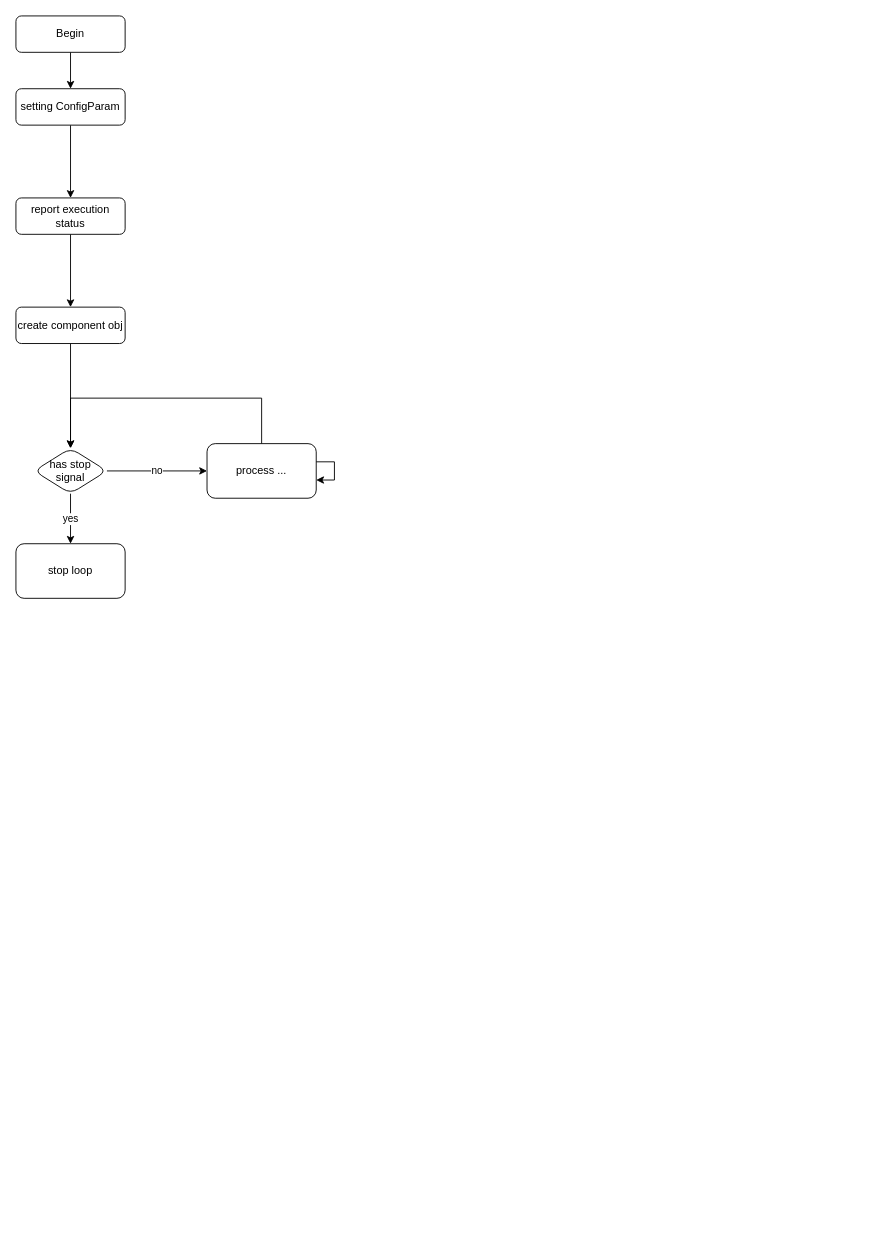
The draw.io diagram component.drawio in edxuanlen/drawio, before the edit. Source tidied: cells renumbered, new cells numbered last; positions are measured from the earlier drawing's top-left corner, leaving out a move shared by most shapes. Both pictures are drawn from the tidied source at 91%, with x=0, y=0 at pixel (15, 15).
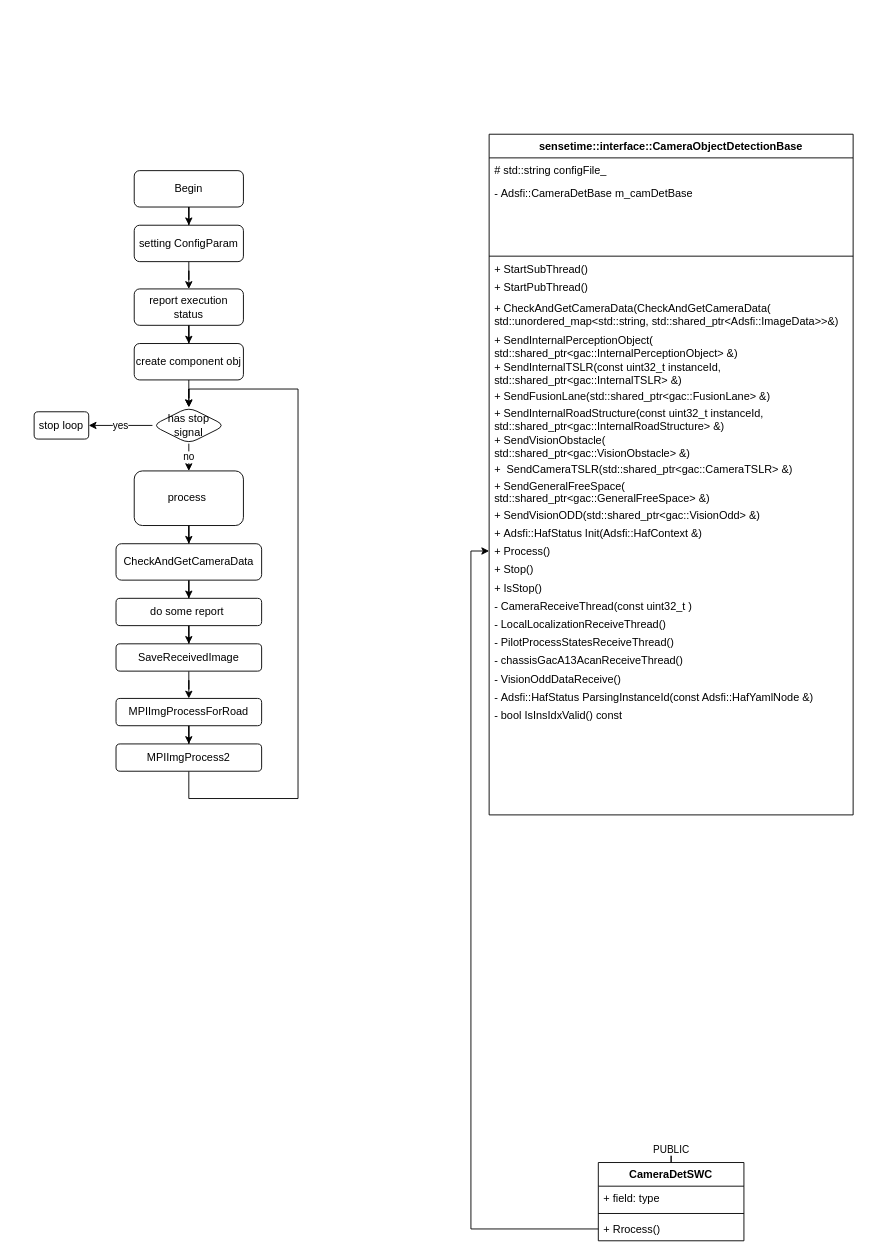
Above is the later version.

Change to the diagram source:
```diff
@@
     <mxCell id="3" value="Begin" style="rounded=1;whiteSpace=wrap;html=1;fontSize=12;glass=0;strokeWidth=1;shadow=0;" parent="1" vertex="1">
-      <mxGeometry width="120" height="40" as="geometry" />
+      <mxGeometry x="130" y="170" width="120" height="40" as="geometry" />
     </mxCell>
@@
     <mxCell id="5" value="setting ConfigParam" style="rounded=1;whiteSpace=wrap;html=1;fontSize=12;glass=0;strokeWidth=1;shadow=0;" parent="1" vertex="1">
-      <mxGeometry y="80" width="120" height="40" as="geometry" />
+      <mxGeometry x="130" y="230" width="120" height="40" as="geometry" />
     </mxCell>
@@
     <mxCell id="7" value="report execution status" style="rounded=1;whiteSpace=wrap;html=1;fontSize=12;glass=0;strokeWidth=1;shadow=0;" parent="1" vertex="1">
-      <mxGeometry y="200" width="120" height="40" as="geometry" />
+      <mxGeometry x="130" y="300" width="120" height="40" as="geometry" />
     </mxCell>
@@
     <mxCell id="9" value="create component obj" style="rounded=1;whiteSpace=wrap;html=1;fontSize=12;glass=0;strokeWidth=1;shadow=0;" parent="1" vertex="1">
-      <mxGeometry y="320" width="120" height="40" as="geometry" />
+      <mxGeometry x="130" y="360" width="120" height="40" as="geometry" />
     </mxCell>
@@
     <mxCell id="12" value="has stop signal" style="rhombus;whiteSpace=wrap;html=1;rounded=1;glass=0;strokeWidth=1;shadow=0;" parent="1" vertex="1">
-      <mxGeometry x="20" y="475" width="80" height="50" as="geometry" />
+      <mxGeometry x="150" y="430" width="80" height="40" as="geometry" />
     </mxCell>
     <mxCell id="13" value="stop loop" style="whiteSpace=wrap;html=1;rounded=1;glass=0;strokeWidth=1;shadow=0;" parent="1" vertex="1">
-      <mxGeometry y="580" width="120" height="60" as="geometry" />
+      <mxGeometry x="20" y="435" width="60" height="30" as="geometry" />
     </mxCell>
-    <mxCell id="14" style="edgeStyle=orthogonalEdgeStyle;rounded=0;jettySize=auto;html=1;entryX=0.5;entryY=0;entryDx=0;entryDy=0;" parent="1" edge="1" source="15" target="12">
-      <mxGeometry relative="1" as="geometry">
-        <Array as="points">
-          <mxPoint x="270" y="420" />
-          <mxPoint x="60" y="420" />
-        </Array>
-      </mxGeometry>
-    </mxCell>
+    <mxCell id="17" style="edgeStyle=orthogonalEdgeStyle;rounded=0;jettySize=auto;html=1;" parent="1" edge="1" source="15" target="19">
+      <mxGeometry relative="1" as="geometry" />
+    </mxCell>
-    <mxCell id="15" value="process ..." style="whiteSpace=wrap;html=1;rounded=1;glass=0;strokeWidth=1;shadow=0;" parent="1" vertex="1">
-      <mxGeometry x="210" y="470" width="120" height="60" as="geometry" />
+    <mxCell id="15" value="process&amp;nbsp;" style="whiteSpace=wrap;html=1;rounded=1;glass=0;strokeWidth=1;shadow=0;" parent="1" vertex="1">
+      <mxGeometry x="130" y="500" width="120" height="60" as="geometry" />
     </mxCell>
-    <mxCell id="16" style="edgeStyle=orthogonalEdgeStyle;rounded=0;orthogonalLoop=1;jettySize=auto;html=1;" parent="1" edge="1" source="15" target="15">
-      <mxGeometry relative="1" as="geometry" />
-    </mxCell>
+    <mxCell id="18" style="edgeStyle=orthogonalEdgeStyle;rounded=0;jettySize=auto;html=1;" parent="1" edge="1" source="19" target="21">
+      <mxGeometry relative="1" as="geometry" />
+    </mxCell>
+    <mxCell id="19" value="CheckAndGetCameraData" style="whiteSpace=wrap;html=1;rounded=1;glass=0;strokeWidth=1;shadow=0;" parent="1" vertex="1">
+      <mxGeometry x="110" y="580" width="160" height="40" as="geometry" />
+    </mxCell>
+    <mxCell id="20" style="edgeStyle=orthogonalEdgeStyle;rounded=0;jettySize=auto;html=1;" parent="1" edge="1" source="21" target="23">
+      <mxGeometry relative="1" as="geometry" />
+    </mxCell>
+    <mxCell id="21" value="do some report&amp;nbsp;" style="whiteSpace=wrap;html=1;rounded=1;glass=0;strokeWidth=1;shadow=0;" parent="1" vertex="1">
+      <mxGeometry x="110" y="640" width="160" height="30" as="geometry" />
+    </mxCell>
+    <mxCell id="22" style="edgeStyle=orthogonalEdgeStyle;rounded=0;jettySize=auto;html=1;" parent="1" edge="1" source="23" target="25">
+      <mxGeometry relative="1" as="geometry" />
+    </mxCell>
+    <mxCell id="23" value="SaveReceivedImage" style="whiteSpace=wrap;html=1;rounded=1;glass=0;strokeWidth=1;shadow=0;" parent="1" vertex="1">
+      <mxGeometry x="110" y="690" width="160" height="30" as="geometry" />
+    </mxCell>
+    <mxCell id="24" style="edgeStyle=orthogonalEdgeStyle;rounded=0;jettySize=auto;html=1;" parent="1" edge="1" source="25" target="27">
+      <mxGeometry relative="1" as="geometry" />
+    </mxCell>
+    <mxCell id="25" value="MPIImgProcessForRoad" style="whiteSpace=wrap;html=1;rounded=1;glass=0;strokeWidth=1;shadow=0;" parent="1" vertex="1">
+      <mxGeometry x="110" y="750" width="160" height="30" as="geometry" />
+    </mxCell>
+    <mxCell id="26" style="edgeStyle=orthogonalEdgeStyle;rounded=0;jettySize=auto;html=1;entryX=0.5;entryY=0;entryDx=0;entryDy=0;" parent="1" edge="1" source="27" target="12">
+      <mxGeometry relative="1" as="geometry">
+        <Array as="points">
+          <mxPoint x="190" y="860" />
+          <mxPoint x="310" y="860" />
+          <mxPoint x="310" y="410" />
+          <mxPoint x="190" y="410" />
+        </Array>
+      </mxGeometry>
+    </mxCell>
+    <mxCell id="27" value="MPIImgProcess2" style="whiteSpace=wrap;html=1;rounded=1;glass=0;strokeWidth=1;shadow=0;" parent="1" vertex="1">
+      <mxGeometry x="110" y="800" width="160" height="30" as="geometry" />
+    </mxCell>
+    <mxCell id="28" value="PUBLIC" style="edgeStyle=orthogonalEdgeStyle;rounded=0;jettySize=auto;html=1;" parent="1" edge="1" source="29">
+      <mxGeometry relative="1" as="geometry">
+        <mxPoint x="720" y="1274" as="targetPoint" />
+      </mxGeometry>
+    </mxCell>
+    <mxCell id="29" value="CameraDetSWC" style="swimlane;fontStyle=1;align=center;verticalAlign=top;horizontal=1;startSize=26;" parent="1" vertex="1">
+      <mxGeometry x="640" y="1260" width="160" height="86" as="geometry" />
+    </mxCell>
+    <mxCell id="30" value="+ field: type" style="text;strokeColor=none;fillColor=none;align=left;verticalAlign=top;spacingLeft=4;spacingRight=4;overflow=hidden;" parent="29" vertex="1">
+      <mxGeometry y="26" width="160" height="26" as="geometry" />
+    </mxCell>
+    <mxCell id="31" style="line;strokeWidth=1;fillColor=none;align=left;verticalAlign=middle;spacingTop=-1;spacingLeft=3;spacingRight=3;labelPosition=right;strokeColor=inherit;" parent="29" vertex="1">
+      <mxGeometry y="52" width="160" height="8" as="geometry" />
+    </mxCell>
+    <mxCell id="32" value="+ Rrocess()" style="text;strokeColor=none;fillColor=none;align=left;verticalAlign=top;spacingLeft=4;spacingRight=4;overflow=hidden;points=[[0,0.5],[1,0.5]];portConstraint=eastwest;" parent="29" vertex="1">
+      <mxGeometry y="60" width="160" height="26" as="geometry" />
+    </mxCell>
+    <mxCell id="33" value="sensetime::interface::CameraObjectDetectionBase" style="swimlane;fontStyle=1;align=center;verticalAlign=top;horizontal=1;startSize=26;" parent="1" vertex="1">
+      <mxGeometry x="520" y="130" width="400" height="748" as="geometry" />
+    </mxCell>
+    <mxCell id="34" value="# std::string configFile_" style="text;strokeColor=none;fillColor=none;align=left;verticalAlign=top;spacingLeft=4;spacingRight=4;overflow=hidden;" parent="33" vertex="1">
+      <mxGeometry y="26" width="400" height="26" as="geometry" />
+    </mxCell>
+    <mxCell id="35" value="- Adsfi::CameraDetBase m_camDetBase" style="text;strokeColor=none;fillColor=none;align=left;verticalAlign=top;spacingLeft=4;spacingRight=4;overflow=hidden;" parent="33" vertex="1">
+      <mxGeometry y="52" width="400" height="26" as="geometry" />
+    </mxCell>
+    <mxCell id="36" style="text;strokeColor=none;fillColor=none;align=left;verticalAlign=top;spacingLeft=4;spacingRight=4;overflow=hidden;" parent="33" vertex="1">
+      <mxGeometry y="78" width="400" height="26" as="geometry" />
+    </mxCell>
+    <mxCell id="37" style="text;strokeColor=none;fillColor=none;align=left;verticalAlign=top;spacingLeft=4;spacingRight=4;overflow=hidden;" parent="33" vertex="1">
+      <mxGeometry y="104" width="400" height="26" as="geometry" />
+    </mxCell>
+    <mxCell id="38" style="line;strokeWidth=1;fillColor=none;align=left;verticalAlign=middle;spacingTop=-1;spacingLeft=3;spacingRight=3;labelPosition=right;strokeColor=inherit;" parent="33" vertex="1">
+      <mxGeometry y="130" width="400" height="8" as="geometry" />
+    </mxCell>
+    <mxCell id="39" value="+ StartSubThread()" style="text;strokeColor=none;fillColor=none;align=left;verticalAlign=middle;spacingLeft=4;spacingRight=4;overflow=hidden;" parent="33" vertex="1">
+      <mxGeometry y="138" width="400" height="20" as="geometry" />
+    </mxCell>
+    <mxCell id="40" value="+ StartPubThread()" style="text;strokeColor=none;fillColor=none;align=left;verticalAlign=middle;spacingLeft=4;spacingRight=4;overflow=hidden;" parent="33" vertex="1">
+      <mxGeometry y="158" width="400" height="20" as="geometry" />
+    </mxCell>
+    <mxCell id="41" value="+ CheckAndGetCameraData(CheckAndGetCameraData(&#10;        std::unordered_map&lt;std::string, std::shared_ptr&lt;Adsfi::ImageData&gt;&gt;&amp;)" style="text;strokeColor=none;fillColor=none;align=left;verticalAlign=middle;spacingLeft=4;spacingRight=4;overflow=hidden;" parent="33" vertex="1">
+      <mxGeometry y="178" width="400" height="40" as="geometry" />
+    </mxCell>
+    <mxCell id="42" value="+ SendInternalPerceptionObject(&#10;        std::shared_ptr&lt;gac::InternalPerceptionObject&gt; &amp;)" style="text;strokeColor=none;fillColor=none;align=left;verticalAlign=middle;spacingLeft=4;spacingRight=4;overflow=hidden;" parent="33" vertex="1">
+      <mxGeometry y="218" width="400" height="30" as="geometry" />
+    </mxCell>
+    <mxCell id="43" value="+ SendInternalTSLR(const uint32_t instanceId,&#10;                          std::shared_ptr&lt;gac::InternalTSLR&gt; &amp;)" style="text;strokeColor=none;fillColor=none;align=left;verticalAlign=middle;spacingLeft=4;spacingRight=4;overflow=hidden;" parent="33" vertex="1">
+      <mxGeometry y="248" width="400" height="30" as="geometry" />
+    </mxCell>
+    <mxCell id="44" value="+ SendFusionLane(std::shared_ptr&lt;gac::FusionLane&gt; &amp;)" style="text;strokeColor=none;fillColor=none;align=left;verticalAlign=middle;spacingLeft=4;spacingRight=4;overflow=hidden;" parent="33" vertex="1">
+      <mxGeometry y="278" width="400" height="20" as="geometry" />
+    </mxCell>
+    <mxCell id="45" value="+ SendInternalRoadStructure(const uint32_t instanceId,&#10;        std::shared_ptr&lt;gac::InternalRoadStructure&gt; &amp;)" style="text;strokeColor=none;fillColor=none;align=left;verticalAlign=middle;spacingLeft=4;spacingRight=4;overflow=hidden;" parent="33" vertex="1">
+      <mxGeometry y="298" width="400" height="30" as="geometry" />
+    </mxCell>
+    <mxCell id="46" value="+ SendVisionObstacle(&#10;        std::shared_ptr&lt;gac::VisionObstacle&gt; &amp;)" style="text;strokeColor=none;fillColor=none;align=left;verticalAlign=middle;spacingLeft=4;spacingRight=4;overflow=hidden;" parent="33" vertex="1">
+      <mxGeometry y="328" width="400" height="30" as="geometry" />
+    </mxCell>
+    <mxCell id="47" value="+  SendCameraTSLR(std::shared_ptr&lt;gac::CameraTSLR&gt; &amp;)" style="text;strokeColor=none;fillColor=none;align=left;verticalAlign=middle;spacingLeft=4;spacingRight=4;overflow=hidden;" parent="33" vertex="1">
+      <mxGeometry y="358" width="400" height="20" as="geometry" />
+    </mxCell>
+    <mxCell id="48" value="+ SendGeneralFreeSpace(&#10;        std::shared_ptr&lt;gac::GeneralFreeSpace&gt; &amp;)" style="text;strokeColor=none;fillColor=none;align=left;verticalAlign=middle;spacingLeft=4;spacingRight=4;overflow=hidden;" parent="33" vertex="1">
+      <mxGeometry y="378" width="400" height="30" as="geometry" />
+    </mxCell>
+    <mxCell id="49" value="+ SendVisionODD(std::shared_ptr&lt;gac::VisionOdd&gt; &amp;)" style="text;strokeColor=none;fillColor=none;align=left;verticalAlign=middle;spacingLeft=4;spacingRight=4;overflow=hidden;" parent="33" vertex="1">
+      <mxGeometry y="408" width="400" height="20" as="geometry" />
+    </mxCell>
+    <mxCell id="50" value="+ Adsfi::HafStatus Init(Adsfi::HafContext &amp;)" style="text;strokeColor=none;fillColor=none;align=left;verticalAlign=middle;spacingLeft=4;spacingRight=4;overflow=hidden;" parent="33" vertex="1">
+      <mxGeometry y="428" width="400" height="20" as="geometry" />
+    </mxCell>
+    <mxCell id="51" value="+ Process()" style="text;strokeColor=none;fillColor=none;align=left;verticalAlign=middle;spacingLeft=4;spacingRight=4;overflow=hidden;points=[[0,0.5],[1,0.5]];portConstraint=eastwest;" parent="33" vertex="1">
+      <mxGeometry y="448" width="400" height="20" as="geometry" />
+    </mxCell>
+    <mxCell id="52" value="+ Stop()    " style="text;strokeColor=none;fillColor=none;align=left;verticalAlign=middle;spacingLeft=4;spacingRight=4;overflow=hidden;" parent="33" vertex="1">
+      <mxGeometry y="468" width="400" height="20" as="geometry" />
+    </mxCell>
+    <mxCell id="53" value="+ IsStop()" style="text;strokeColor=none;fillColor=none;align=left;verticalAlign=middle;spacingLeft=4;spacingRight=4;overflow=hidden;" parent="33" vertex="1">
+      <mxGeometry y="488" width="400" height="20" as="geometry" />
+    </mxCell>
+    <mxCell id="54" value="- CameraReceiveThread(const uint32_t )" style="text;strokeColor=none;fillColor=none;align=left;verticalAlign=middle;spacingLeft=4;spacingRight=4;overflow=hidden;" parent="33" vertex="1">
+      <mxGeometry y="508" width="400" height="20" as="geometry" />
+    </mxCell>
+    <mxCell id="55" value="- LocalLocalizationReceiveThread()" style="text;strokeColor=none;fillColor=none;align=left;verticalAlign=middle;spacingLeft=4;spacingRight=4;overflow=hidden;" parent="33" vertex="1">
+      <mxGeometry y="528" width="400" height="20" as="geometry" />
+    </mxCell>
+    <mxCell id="56" value="- PilotProcessStatesReceiveThread()" style="text;strokeColor=none;fillColor=none;align=left;verticalAlign=middle;spacingLeft=4;spacingRight=4;overflow=hidden;" parent="33" vertex="1">
+      <mxGeometry y="548" width="400" height="20" as="geometry" />
+    </mxCell>
+    <mxCell id="57" value="- chassisGacA13AcanReceiveThread()" style="text;strokeColor=none;fillColor=none;align=left;verticalAlign=middle;spacingLeft=4;spacingRight=4;overflow=hidden;" parent="33" vertex="1">
+      <mxGeometry y="568" width="400" height="20" as="geometry" />
+    </mxCell>
+    <mxCell id="58" value="- VisionOddDataReceive()" style="text;strokeColor=none;fillColor=none;align=left;verticalAlign=middle;spacingLeft=4;spacingRight=4;overflow=hidden;" parent="33" vertex="1">
+      <mxGeometry y="588" width="400" height="20" as="geometry" />
+    </mxCell>
+    <mxCell id="59" value="- Adsfi::HafStatus ParsingInstanceId(const Adsfi::HafYamlNode &amp;)" style="text;strokeColor=none;fillColor=none;align=left;verticalAlign=middle;spacingLeft=4;spacingRight=4;overflow=hidden;" parent="33" vertex="1">
+      <mxGeometry y="608" width="400" height="20" as="geometry" />
+    </mxCell>
+    <mxCell id="60" value="- bool IsInsIdxValid() const" style="text;strokeColor=none;fillColor=none;align=left;verticalAlign=middle;spacingLeft=4;spacingRight=4;overflow=hidden;" parent="33" vertex="1">
+      <mxGeometry y="628" width="400" height="20" as="geometry" />
+    </mxCell>
+    <mxCell id="61" style="text;strokeColor=none;fillColor=none;align=left;verticalAlign=middle;spacingLeft=4;spacingRight=4;overflow=hidden;" parent="33" vertex="1">
+      <mxGeometry y="648" width="400" height="20" as="geometry" />
+    </mxCell>
+    <mxCell id="62" style="text;strokeColor=none;fillColor=none;align=left;verticalAlign=middle;spacingLeft=4;spacingRight=4;overflow=hidden;" parent="33" vertex="1">
+      <mxGeometry y="668" width="400" height="20" as="geometry" />
+    </mxCell>
+    <mxCell id="63" style="text;strokeColor=none;fillColor=none;align=left;verticalAlign=middle;spacingLeft=4;spacingRight=4;overflow=hidden;" parent="33" vertex="1">
+      <mxGeometry y="688" width="400" height="20" as="geometry" />
+    </mxCell>
+    <mxCell id="64" style="text;strokeColor=none;fillColor=none;align=left;verticalAlign=middle;spacingLeft=4;spacingRight=4;overflow=hidden;" parent="33" vertex="1">
+      <mxGeometry y="708" width="400" height="20" as="geometry" />
+    </mxCell>
+    <mxCell id="65" style="text;strokeColor=none;fillColor=none;align=left;verticalAlign=middle;spacingLeft=4;spacingRight=4;overflow=hidden;" parent="33" vertex="1">
+      <mxGeometry y="728" width="400" height="20" as="geometry" />
+    </mxCell>
+    <mxCell id="66" style="edgeStyle=orthogonalEdgeStyle;rounded=0;jettySize=auto;html=1;exitX=0;exitY=0.5;exitDx=0;exitDy=0;entryX=0;entryY=0.5;entryDx=0;entryDy=0;" parent="1" edge="1" source="32" target="51">
+      <mxGeometry relative="1" as="geometry" />
+    </mxCell>
```
